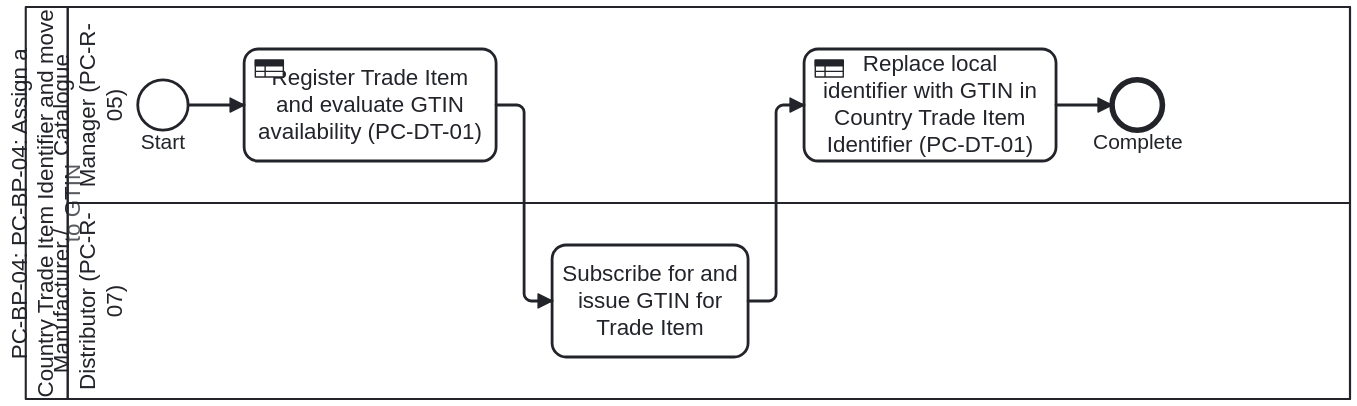
litlfred/dth-pc keeps this BPMN diagram as folio/dth-pc/media/bp-pc-bp-04.svg. Above is the earlier version. Its source is kept beside it as folio/dth-pc/ch04-managing-change/bp-pc-bp-04.bpmn. Ids are renumbered.
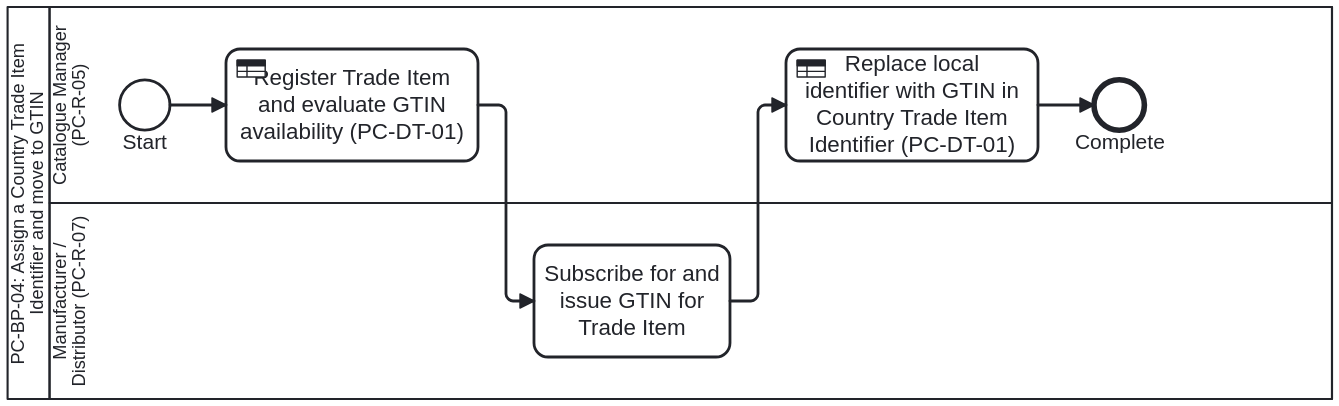
After the change.

What changed in the source:
```diff
@@ -5,7 +5,7 @@
                   id="Definitions_PC_BP_04"
                   targetNamespace="https://litlfred.github.io/dth-pc/bpmn">
   <bpmn:collaboration id="Collaboration_PC_BP_04">
-    <bpmn:participant id="Participant_PC_BP_04" name="PC-BP-04: PC-BP-04: Assign a Country Trade Item Identifier and move to GTIN" processRef="Process_PC_BP_04" />
+    <bpmn:participant id="Participant_PC_BP_04" name="PC-BP-04: Assign a Country Trade Item Identifier and move to GTIN" processRef="Process_PC_BP_04" />
   </bpmn:collaboration>
   <bpmn:process id="Process_PC_BP_04" name="PC-BP-04: Assign a Country Trade Item Identifier and move to GTIN" isExecutable="false">
     <bpmn:documentation>PC-BP-04: PC-BP-04: Assign a Country Trade Item Identifier and move to GTIN (Source: who-iris/library/9789240116191-eng, page-039, page-040).</bpmn:documentation>
```
